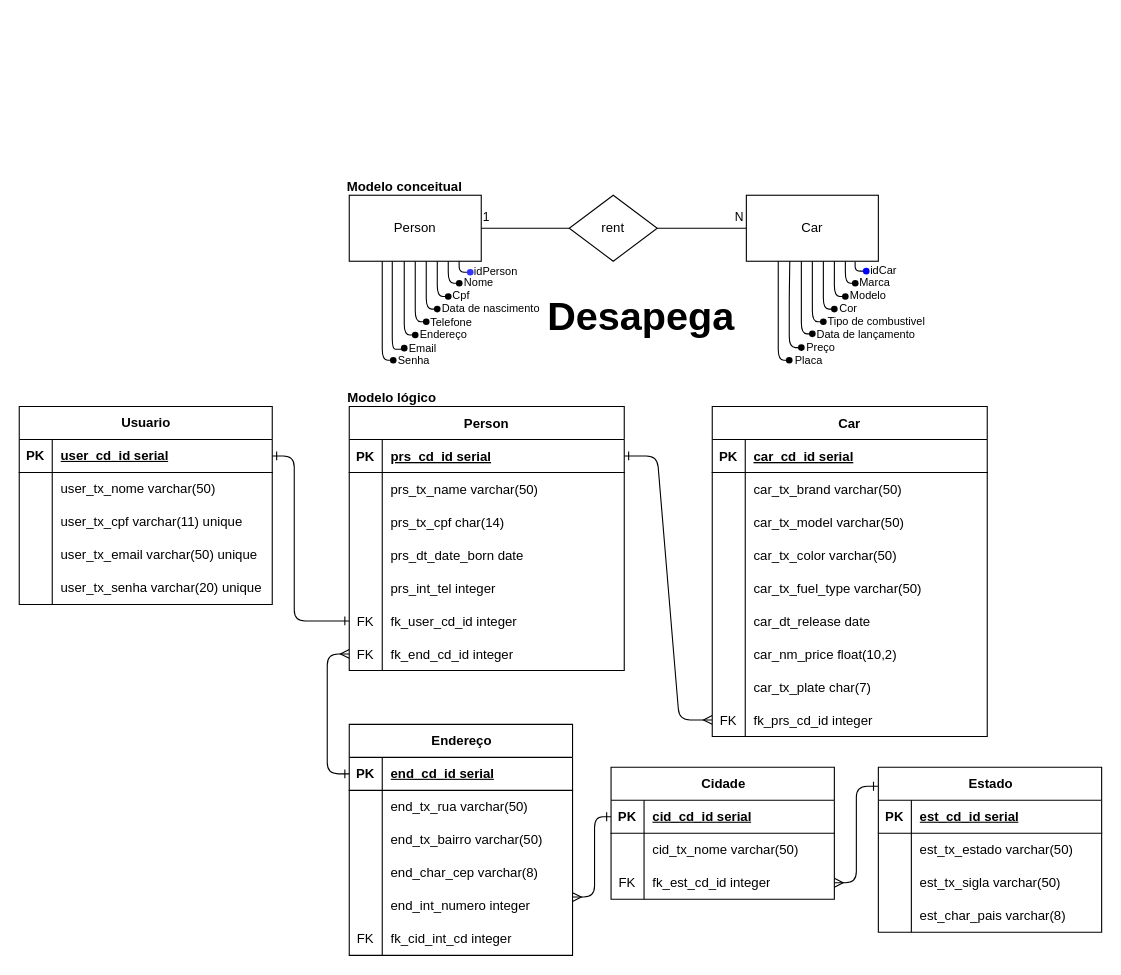
Earlier version of the draw.io diagram Pessoa_Carro.drawio (LucasLatsch/BancoDeDadosIndividual). Source tidied: cells renumbered, new cells numbered last; positions are measured from the earlier drawing's top-left corner, leaving out a move shared by most shapes. Both pictures are drawn from the tidied source at 110%, with x=0, y=0 at pixel (19, 170).
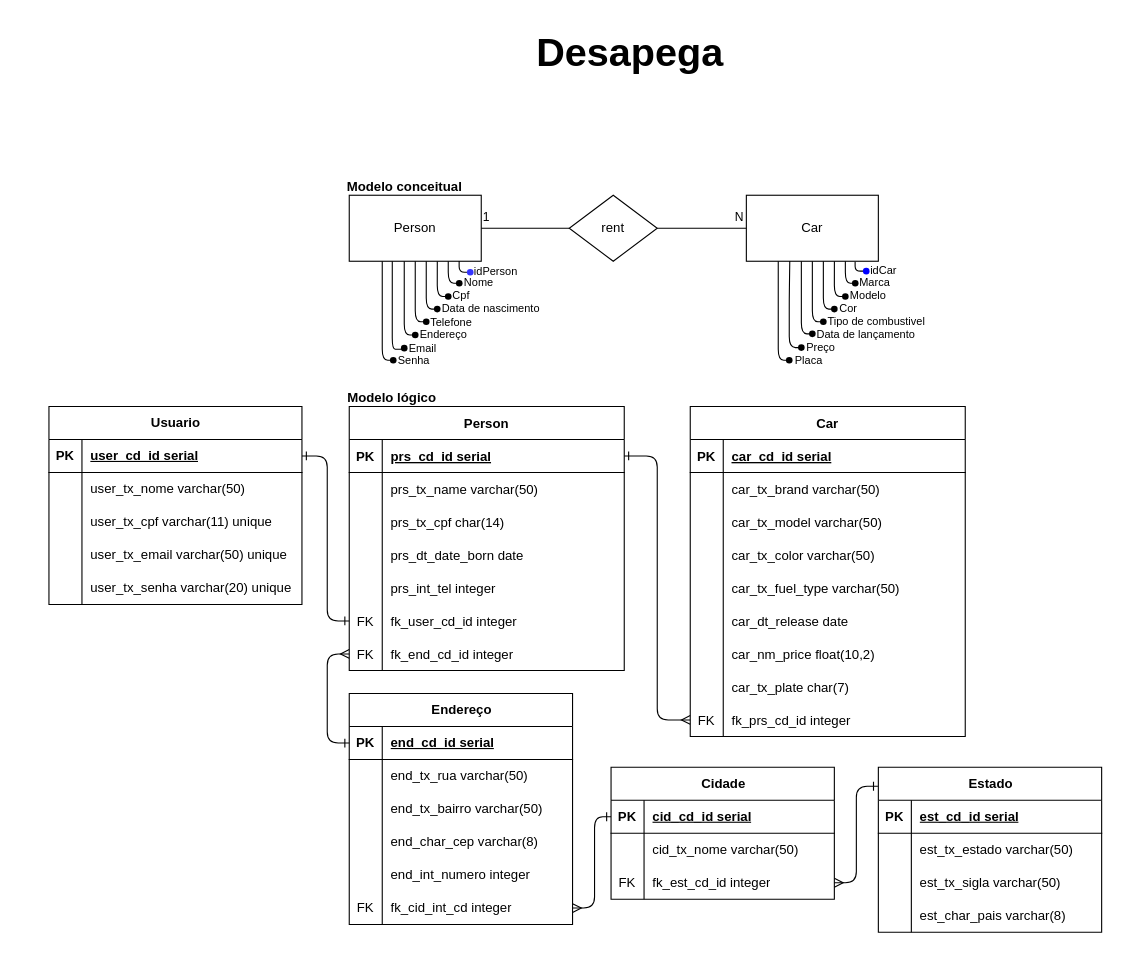
The same page after the edit.

Unchanged cells that the change refers to:
```xml
<mxCell id="28" style="shape=partialRectangle;fillColor=none;points=[[0,0.5],[1,0.5]];portConstraint=eastwest;top=0;left=0;right=0;bottom=0;rounded=0;" parent="3" vertex="1">
  <mxGeometry y="270" width="250" height="30" as="geometry" />
</mxCell>
<mxCell id="32" style="shape=partialRectangle;fillColor=none;points=[[0,0.5],[1,0.5]];portConstraint=eastwest;top=0;left=0;right=0;bottom=1;rounded=0;" parent="31" vertex="1">
  <mxGeometry y="30" width="250" height="30" as="geometry" />
</mxCell>
<mxCell id="47" style="shape=partialRectangle;fillColor=none;points=[[0,0.5],[1,0.5]];portConstraint=eastwest;top=0;left=0;right=0;bottom=0;rounded=0;" parent="31" vertex="1">
  <mxGeometry y="180" width="250" height="30" as="geometry" />
</mxCell>
<mxCell id="130" style="shape=tableRow;horizontal=0;startSize=0;swimlaneHead=0;swimlaneBody=0;fillColor=none;points=[[0,0.5],[1,0.5]];portConstraint=eastwest;top=0;left=0;right=0;bottom=0;" parent="114" vertex="1">
  <mxGeometry y="180" width="203" height="30" as="geometry" />
</mxCell>
<mxCell id="134" style="shape=tableRow;horizontal=0;startSize=0;swimlaneHead=0;swimlaneBody=0;fillColor=none;points=[[0,0.5],[1,0.5]];portConstraint=eastwest;top=0;left=0;right=0;bottom=1;" parent="133" vertex="1">
  <mxGeometry y="30" width="203" height="30" as="geometry" />
</mxCell>
<mxCell id="160" style="shape=tableRow;horizontal=0;startSize=0;swimlaneHead=0;swimlaneBody=0;fillColor=none;points=[[0,0.5],[1,0.5]];portConstraint=eastwest;top=0;left=0;right=0;bottom=1;" parent="159" vertex="1">
  <mxGeometry y="30" width="230" height="30" as="geometry" />
</mxCell>
```

What changed in the source:
```diff
@@
     <mxCell id="2" style="edgeStyle=entityRelationEdgeStyle;endArrow=ERmany;startArrow=ERone;endFill=0;startFill=0;entryX=0;entryY=0.5;entryDx=0;entryDy=0;rounded=1;" parent="1" edge="1" source="32" target="28">
-      <mxGeometry relative="1" as="geometry" />
+      <mxGeometry relative="1" as="geometry">
+        <Array as="points">
+          <mxPoint x="610" y="379" />
+        </Array>
+      </mxGeometry>
     </mxCell>
     <mxCell id="3" value="Car" style="shape=table;startSize=30;childLayout=tableLayout;rowLines=0;fontStyle=1;align=center;rounded=0;" parent="1" vertex="1">
-      <mxGeometry x="630" y="214" width="250" height="300" as="geometry" />
+      <mxGeometry x="610" y="214" width="250" height="300" as="geometry" />
     </mxCell>
@@
     <mxCell id="105" value="&lt;span style=&quot;font-size: 36px;&quot;&gt;Desapega&lt;/span&gt;" style="text;strokeColor=none;fillColor=none;html=1;fontSize=11;fontStyle=1;verticalAlign=middle;align=center;fontFamily=Helvetica;fontColor=default;rounded=0;" parent="1" vertex="1">
-      <mxGeometry x="500" y="102" width="130" height="60" as="geometry" />
+      <mxGeometry x="490" y="-138" width="130" height="60" as="geometry" />
     </mxCell>
@@
     <mxCell id="114" value="Endereço" style="shape=table;startSize=30;childLayout=tableLayout;rowLines=0;fontStyle=1;align=center;html=1;" parent="1" vertex="1">
-      <mxGeometry x="300" y="503" width="203" height="210" as="geometry" />
+      <mxGeometry x="300" y="475" width="203" height="210" as="geometry" />
     </mxCell>
@@
-    <mxCell id="143" style="edgeStyle=orthogonalEdgeStyle;rounded=1;jettySize=auto;html=1;startArrow=ERone;startFill=0;endArrow=ERmany;endFill=0;exitX=0;exitY=0.5;exitDx=0;exitDy=0;" parent="1" edge="1" source="134">
+    <mxCell id="143" style="edgeStyle=orthogonalEdgeStyle;rounded=1;jettySize=auto;html=1;startArrow=ERone;startFill=0;endArrow=ERmany;endFill=0;exitX=0;exitY=0.5;exitDx=0;exitDy=0;entryX=1;entryY=0.5;entryDx=0;entryDy=0;" parent="1" edge="1" source="134" target="130">
       <mxGeometry relative="1" as="geometry">
-        <mxPoint x="503" y="660" as="targetPoint" />
         <Array as="points">
           <mxPoint x="523" y="587" />
-          <mxPoint x="523" y="660" />
+          <mxPoint x="523" y="670" />
         </Array>
       </mxGeometry>
     </mxCell>
@@
     <mxCell id="159" value="Usuario" style="shape=table;startSize=30;childLayout=tableLayout;rowLines=0;fontStyle=1;align=center;html=1;" parent="1" vertex="1">
-      <mxGeometry y="214" width="230" height="180" as="geometry" />
+      <mxGeometry x="27" y="214" width="230" height="180" as="geometry" />
     </mxCell>
@@
     <mxCell id="175" style="edgeStyle=orthogonalEdgeStyle;shape=connector;rounded=1;jettySize=auto;html=1;entryX=0;entryY=0.5;entryDx=0;entryDy=0;labelBackgroundColor=default;strokeColor=default;fontFamily=Helvetica;fontSize=11;fontColor=default;endArrow=ERone;endFill=0;startArrow=ERone;startFill=0;" parent="1" edge="1" source="160" target="47">
       <mxGeometry relative="1" as="geometry">
         <Array as="points">
-          <mxPoint x="250" y="259" />
-          <mxPoint x="250" y="409" />
+          <mxPoint x="280" y="259" />
+          <mxPoint x="280" y="409" />
         </Array>
       </mxGeometry>
     </mxCell>
```
